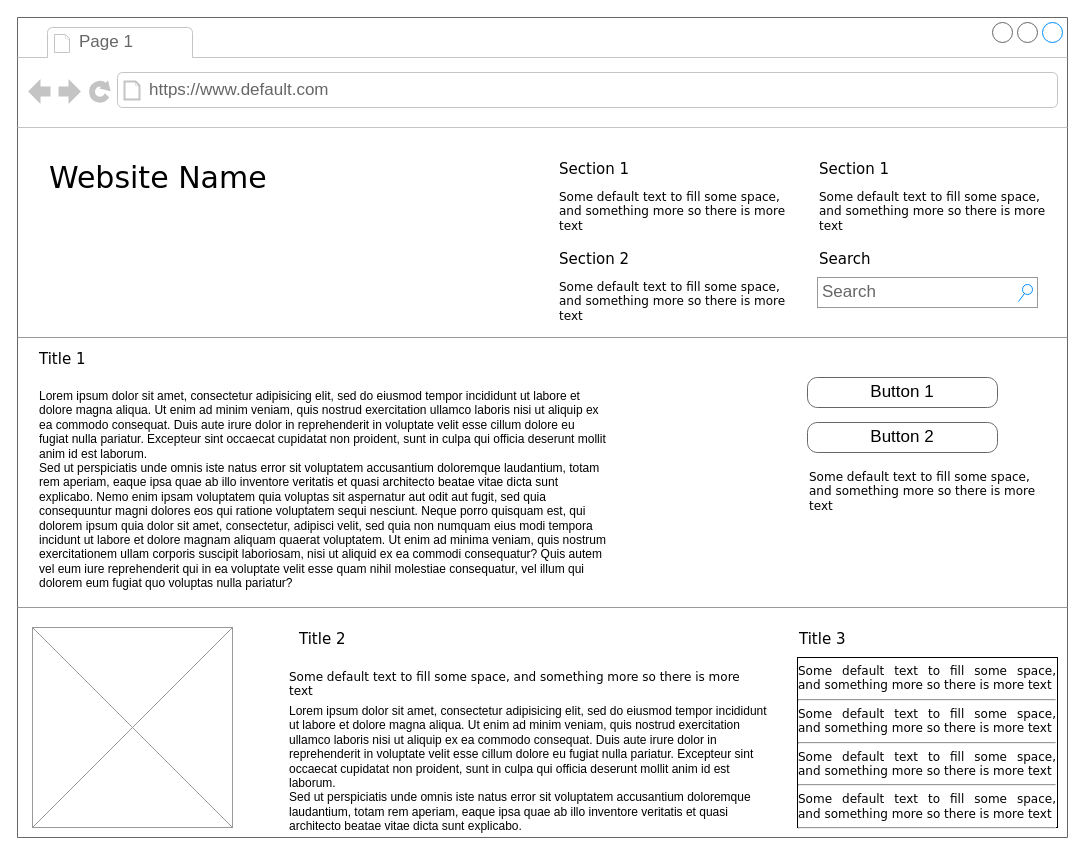
rykala79/mockup_try keeps this draw.io diagram as Unbenanntes Diagramm.drawio. Above is the earlier version. Source tidied: cells renumbered, new cells numbered last; positions are measured from the earlier drawing's top-left corner, leaving out a move shared by most shapes. Both pictures are drawn from the tidied source at 100%, with x=0, y=0 at pixel (17, 17).
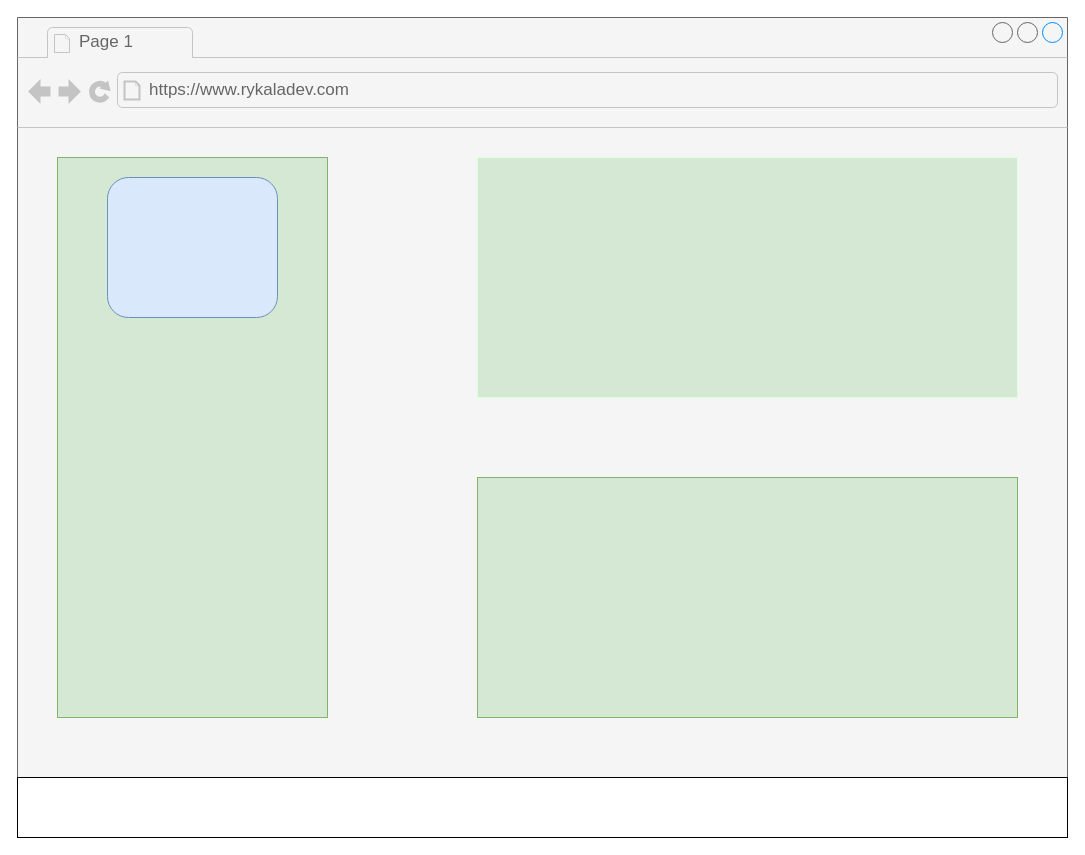
Above is the later version.

What changed in the source:
```diff
@@
-    <mxCell id="2" style="strokeWidth=1;shadow=0;dashed=0;align=center;html=1;shape=mxgraph.mockup.containers.browserWindow;rSize=0;strokeColor=#666666;mainText=,;rounded=0;labelBackgroundColor=none;fontFamily=Verdana;fontSize=12;" parent="1" vertex="1">
+    <mxCell id="2" style="strokeWidth=1;shadow=0;dashed=0;align=center;html=1;shape=mxgraph.mockup.containers.browserWindow;rSize=0;mainText=,;rounded=0;labelBackgroundColor=none;fontFamily=Verdana;fontSize=12;fillColor=#f5f5f5;gradientColor=#b3b3b3;strokeColor=#666666;" parent="1" vertex="1">
       <mxGeometry width="1050" height="820" as="geometry" />
     </mxCell>
@@
-    <mxCell id="4" value="https://www.default.com" style="strokeWidth=1;shadow=0;dashed=0;align=center;html=1;shape=mxgraph.mockup.containers.anchor;rSize=0;fontSize=17;fontColor=#666666;align=left;" parent="2" vertex="1">
+    <mxCell id="4" value="https://www.rykaladev.com" style="strokeWidth=1;shadow=0;dashed=0;align=center;html=1;shape=mxgraph.mockup.containers.anchor;rSize=0;fontSize=17;fontColor=#666666;align=left;" parent="2" vertex="1">
       <mxGeometry x="130" y="60" width="250" height="26" as="geometry" />
     </mxCell>
-    <mxCell id="5" value="Website Name" style="text;html=1;align=left;verticalAlign=top;spacingTop=-4;fontSize=30;fontFamily=Verdana;" parent="2" vertex="1">
-      <mxGeometry x="30" y="140" width="340" height="50" as="geometry" />
-    </mxCell>
-    <mxCell id="6" value="Section 1" style="text;html=1;align=left;verticalAlign=top;spacingTop=-4;fontSize=15;fontFamily=Verdana;" parent="2" vertex="1">
-      <mxGeometry x="540" y="140" width="170" height="30" as="geometry" />
-    </mxCell>
-    <mxCell id="7" value="Some default text to fill some space, and&amp;nbsp;&lt;span&gt;something more so there is more text&lt;/span&gt;" style="text;html=1;align=left;verticalAlign=top;spacingTop=-4;fontSize=12;fontFamily=Verdana;whiteSpace=wrap;" parent="2" vertex="1">
-      <mxGeometry x="540" y="170" width="240" height="40" as="geometry" />
-    </mxCell>
-    <mxCell id="8" value="Section 2" style="text;html=1;align=left;verticalAlign=top;spacingTop=-4;fontSize=15;fontFamily=Verdana;" parent="2" vertex="1">
-      <mxGeometry x="540" y="230" width="170" height="30" as="geometry" />
-    </mxCell>
-    <mxCell id="9" value="Some default text to fill some space, and&amp;nbsp;&lt;span&gt;something more so there is more text&lt;/span&gt;" style="text;html=1;align=left;verticalAlign=top;spacingTop=-4;fontSize=12;fontFamily=Verdana;whiteSpace=wrap;" parent="2" vertex="1">
-      <mxGeometry x="540" y="260" width="240" height="40" as="geometry" />
-    </mxCell>
-    <mxCell id="10" value="Section 1" style="text;html=1;align=left;verticalAlign=top;spacingTop=-4;fontSize=15;fontFamily=Verdana;" parent="2" vertex="1">
-      <mxGeometry x="800" y="140" width="170" height="30" as="geometry" />
-    </mxCell>
-    <mxCell id="11" value="Some default text to fill some space, and&amp;nbsp;&lt;span&gt;something more so there is more text&lt;/span&gt;" style="text;html=1;align=left;verticalAlign=top;spacingTop=-4;fontSize=12;fontFamily=Verdana;whiteSpace=wrap;" parent="2" vertex="1">
-      <mxGeometry x="800" y="170" width="240" height="40" as="geometry" />
-    </mxCell>
-    <mxCell id="12" value="Search" style="text;html=1;align=left;verticalAlign=top;spacingTop=-4;fontSize=15;fontFamily=Verdana;" parent="2" vertex="1">
-      <mxGeometry x="800" y="230" width="170" height="30" as="geometry" />
-    </mxCell>
-    <mxCell id="13" value="Search" style="strokeWidth=1;shadow=0;dashed=0;align=center;html=1;shape=mxgraph.mockup.forms.searchBox;strokeColor=#999999;mainText=;strokeColor2=#008cff;fontColor=#666666;fontSize=17;align=left;spacingLeft=3;rounded=0;labelBackgroundColor=none;" parent="2" vertex="1">
-      <mxGeometry x="800" y="260" width="220" height="30" as="geometry" />
-    </mxCell>
-    <mxCell id="14" style="verticalLabelPosition=bottom;shadow=0;dashed=0;align=center;html=1;verticalAlign=top;strokeWidth=1;shape=mxgraph.mockup.markup.line;strokeColor=#999999;rounded=0;labelBackgroundColor=none;fillColor=#ffffff;fontFamily=Verdana;fontSize=12;fontColor=#000000;" parent="2" vertex="1">
-      <mxGeometry y="310" width="1050" height="20" as="geometry" />
-    </mxCell>
-    <mxCell id="15" value="Title 1" style="text;html=1;align=left;verticalAlign=top;spacingTop=-4;fontSize=15;fontFamily=Verdana;" parent="2" vertex="1">
-      <mxGeometry x="20" y="330" width="170" height="30" as="geometry" />
-    </mxCell>
-    <mxCell id="16" value="Lorem ipsum dolor sit amet, consectetur adipisicing elit, sed do eiusmod tempor incididunt ut labore et dolore magna aliqua. Ut enim ad minim veniam, quis nostrud exercitation ullamco laboris nisi ut aliquip ex ea commodo consequat. Duis aute irure dolor in reprehenderit in voluptate velit esse cillum dolore eu fugiat nulla pariatur. Excepteur sint occaecat cupidatat non proident, sunt in culpa qui officia deserunt mollit anim id est laborum.&#10;Sed ut perspiciatis unde omnis iste natus error sit voluptatem accusantium doloremque laudantium, totam rem aperiam, eaque ipsa quae ab illo inventore veritatis et quasi architecto beatae vitae dicta sunt explicabo. Nemo enim ipsam voluptatem quia voluptas sit aspernatur aut odit aut fugit, sed quia consequuntur magni dolores eos qui ratione voluptatem sequi nesciunt. Neque porro quisquam est, qui dolorem ipsum quia dolor sit amet, consectetur, adipisci velit, sed quia non numquam eius modi tempora incidunt ut labore et dolore magnam aliquam quaerat voluptatem. Ut enim ad minima veniam, quis nostrum exercitationem ullam corporis suscipit laboriosam, nisi ut aliquid ex ea commodi consequatur? Quis autem vel eum iure reprehenderit qui in ea voluptate velit esse quam nihil molestiae consequatur, vel illum qui dolorem eum fugiat quo voluptas nulla pariatur?" style="text;spacingTop=-5;whiteSpace=wrap;html=1;align=left;fontSize=12;fontFamily=Helvetica;fillColor=none;strokeColor=none;rounded=0;shadow=1;labelBackgroundColor=none;" parent="2" vertex="1">
-      <mxGeometry x="20" y="370" width="570" height="240" as="geometry" />
-    </mxCell>
-    <mxCell id="17" value="Button 1" style="strokeWidth=1;shadow=0;dashed=0;align=center;html=1;shape=mxgraph.mockup.buttons.button;strokeColor=#666666;mainText=;buttonStyle=round;fontSize=17;fontStyle=0;fillColor=none;whiteSpace=wrap;rounded=0;labelBackgroundColor=none;" parent="2" vertex="1">
-      <mxGeometry x="790" y="360" width="190" height="30" as="geometry" />
-    </mxCell>
-    <mxCell id="18" value="Button 2" style="strokeWidth=1;shadow=0;dashed=0;align=center;html=1;shape=mxgraph.mockup.buttons.button;strokeColor=#666666;mainText=;buttonStyle=round;fontSize=17;fontStyle=0;fillColor=none;whiteSpace=wrap;rounded=0;labelBackgroundColor=none;" parent="2" vertex="1">
-      <mxGeometry x="790" y="405" width="190" height="30" as="geometry" />
-    </mxCell>
-    <mxCell id="19" value="Some default text to fill some space, and&amp;nbsp;&lt;span&gt;something more so there is more text&lt;/span&gt;" style="text;html=1;align=left;verticalAlign=top;spacingTop=-4;fontSize=12;fontFamily=Verdana;whiteSpace=wrap;" parent="2" vertex="1">
-      <mxGeometry x="790" y="450" width="240" height="40" as="geometry" />
-    </mxCell>
-    <mxCell id="20" style="verticalLabelPosition=bottom;shadow=0;dashed=0;align=center;html=1;verticalAlign=top;strokeWidth=1;shape=mxgraph.mockup.markup.line;strokeColor=#999999;rounded=0;labelBackgroundColor=none;fillColor=#ffffff;fontFamily=Verdana;fontSize=12;fontColor=#000000;" parent="2" vertex="1">
-      <mxGeometry y="580" width="1050" height="20" as="geometry" />
-    </mxCell>
-    <mxCell id="21" style="verticalLabelPosition=bottom;shadow=0;dashed=0;align=center;html=1;verticalAlign=top;strokeWidth=1;shape=mxgraph.mockup.graphics.simpleIcon;strokeColor=#999999;fillColor=#ffffff;rounded=0;labelBackgroundColor=none;fontFamily=Verdana;fontSize=12;fontColor=#000000;" parent="2" vertex="1">
-      <mxGeometry x="15" y="610" width="200" height="200" as="geometry" />
-    </mxCell>
-    <mxCell id="22" value="Title 2" style="text;html=1;align=left;verticalAlign=top;spacingTop=-4;fontSize=15;fontFamily=Verdana;" parent="2" vertex="1">
-      <mxGeometry x="280" y="610" width="170" height="30" as="geometry" />
-    </mxCell>
-    <mxCell id="23" value="Title 3" style="text;html=1;align=left;verticalAlign=top;spacingTop=-4;fontSize=15;fontFamily=Verdana;" parent="2" vertex="1">
-      <mxGeometry x="780" y="610" width="170" height="30" as="geometry" />
-    </mxCell>
-    <mxCell id="24" value="&lt;div style=&quot;text-align: justify&quot;&gt;&lt;span&gt;Some default text to fill some space, and&amp;nbsp;&lt;/span&gt;&lt;span&gt;something more so there is more text&lt;/span&gt;&lt;/div&gt;&lt;div style=&quot;text-align: justify&quot;&gt;&lt;hr id=&quot;null&quot; style=&quot;text-align: justify&quot;&gt;&lt;span&gt;&lt;div style=&quot;text-align: justify&quot;&gt;&lt;span&gt;Some default text to fill some space, and&amp;nbsp;&lt;/span&gt;&lt;span&gt;something more so there is more text&lt;/span&gt;&lt;/div&gt;&lt;/span&gt;&lt;/div&gt;&lt;hr id=&quot;null&quot; style=&quot;text-align: justify&quot;&gt;&lt;span&gt;&lt;div style=&quot;text-align: justify&quot;&gt;&lt;span&gt;Some default text to fill some space, and&amp;nbsp;&lt;/span&gt;&lt;span&gt;something more so there is more text&lt;/span&gt;&lt;/div&gt;&lt;/span&gt;&lt;hr id=&quot;null&quot; style=&quot;text-align: justify&quot;&gt;&lt;span&gt;&lt;div style=&quot;text-align: justify&quot;&gt;&lt;span&gt;Some default text to fill some space, and&amp;nbsp;&lt;/span&gt;&lt;span&gt;something more so there is more text&lt;/span&gt;&lt;/div&gt;&lt;/span&gt;&lt;hr id=&quot;null&quot; style=&quot;text-align: left&quot;&gt;" style="whiteSpace=wrap;html=1;rounded=0;shadow=0;labelBackgroundColor=none;strokeWidth=1;fontFamily=Verdana;fontSize=12;align=center;verticalAlign=top;" parent="2" vertex="1">
-      <mxGeometry x="780" y="640" width="260" height="170" as="geometry" />
-    </mxCell>
-    <mxCell id="25" value="Some default text to fill some space, and&amp;nbsp;&lt;span&gt;something more so there is more text&lt;/span&gt;" style="text;html=1;align=left;verticalAlign=top;spacingTop=-4;fontSize=12;fontFamily=Verdana;whiteSpace=wrap;" parent="2" vertex="1">
-      <mxGeometry x="270" y="650" width="470" height="40" as="geometry" />
-    </mxCell>
-    <mxCell id="26" value="Lorem ipsum dolor sit amet, consectetur adipisicing elit, sed do eiusmod tempor incididunt ut labore et dolore magna aliqua. Ut enim ad minim veniam, quis nostrud exercitation ullamco laboris nisi ut aliquip ex ea commodo consequat. Duis aute irure dolor in reprehenderit in voluptate velit esse cillum dolore eu fugiat nulla pariatur. Excepteur sint occaecat cupidatat non proident, sunt in culpa qui officia deserunt mollit anim id est laborum.&lt;br&gt;Sed ut perspiciatis unde omnis iste natus error sit voluptatem accusantium doloremque laudantium, totam rem aperiam, eaque ipsa quae ab illo inventore veritatis et quasi architecto beatae vitae dicta sunt explicabo.&amp;nbsp;" style="text;spacingTop=-5;whiteSpace=wrap;html=1;align=left;fontSize=12;fontFamily=Helvetica;fillColor=none;strokeColor=none;rounded=0;shadow=1;labelBackgroundColor=none;" parent="1" vertex="1">
-      <mxGeometry x="270" y="685" width="490" height="125" as="geometry" />
-    </mxCell>
+    <mxCell id="27" style="rounded=0;whiteSpace=wrap;html=1;fillColor=#d5e8d4;strokeColor=#82b366;" parent="2" vertex="1">
+      <mxGeometry x="40" y="140" width="270" height="560" as="geometry" />
+    </mxCell>
+    <mxCell id="28" style="rounded=0;whiteSpace=wrap;html=1;fillColor=#d5e8d4;strokeColor=#DCFFDE;" parent="2" vertex="1">
+      <mxGeometry x="460" y="140" width="540" height="240" as="geometry" />
+    </mxCell>
+    <mxCell id="29" style="rounded=0;whiteSpace=wrap;html=1;fillColor=#d5e8d4;strokeColor=#82b366;" parent="2" vertex="1">
+      <mxGeometry x="460" y="460" width="540" height="240" as="geometry" />
+    </mxCell>
+    <mxCell id="30" style="rounded=0;whiteSpace=wrap;html=1;" parent="2" vertex="1">
+      <mxGeometry y="760" width="1050" height="60" as="geometry" />
+    </mxCell>
+    <mxCell id="31" style="rounded=1;whiteSpace=wrap;html=1;fillColor=#dae8fc;strokeColor=#6c8ebf;" parent="2" vertex="1">
+      <mxGeometry x="90" y="160" width="170" height="140" as="geometry" />
+    </mxCell>
```
